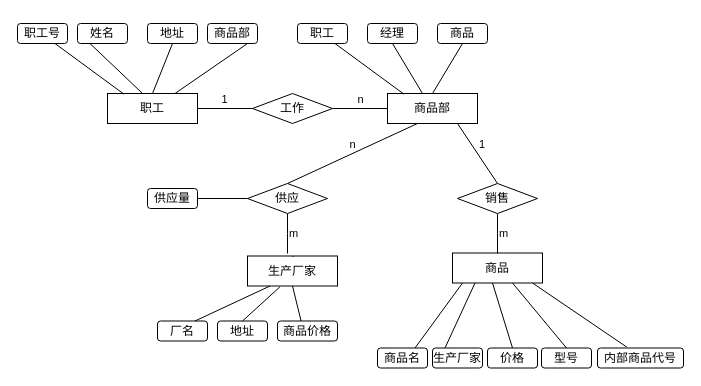
Earlier version of the draw.io diagram Diagram.drawio (YuJiang4319/Diagram). Source tidied: cells renumbered, new cells numbered last; positions are measured from the earlier drawing's top-left corner, leaving out a move shared by most shapes. Both pictures are drawn from the tidied source at 100%, with x=0, y=0 at pixel (17, 23).
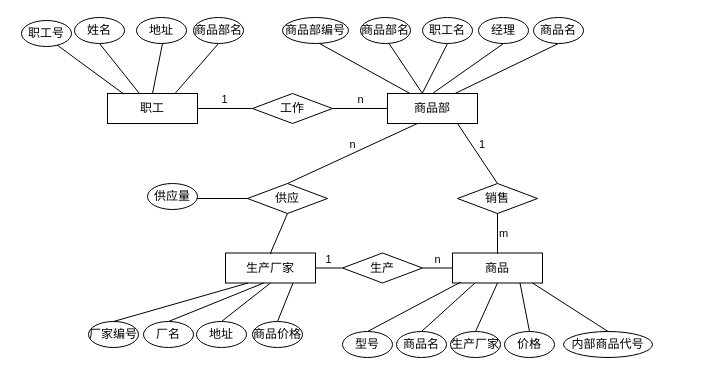
The same page after the edit.

Unchanged cells that the change refers to:
```xml
<mxCell id="4" value="职工" style="rounded=0;whiteSpace=wrap;html=1;" parent="1" vertex="1">
  <mxGeometry x="90" y="70" width="90" height="30" as="geometry" />
</mxCell>
<mxCell id="13" value="商品部" style="rounded=0;whiteSpace=wrap;html=1;" parent="1" vertex="1">
  <mxGeometry x="370" y="70" width="90" height="30" as="geometry" />
</mxCell>
<mxCell id="20" value="商品" style="rounded=0;whiteSpace=wrap;html=1;" parent="1" vertex="1">
  <mxGeometry x="435" y="229.5" width="90" height="30" as="geometry" />
</mxCell>
<mxCell id="42" value="供应" style="rhombus;whiteSpace=wrap;html=1;" parent="1" vertex="1">
  <mxGeometry x="230" y="160" width="80" height="30" as="geometry" />
</mxCell>
```

What changed in the source:
```diff
@@
-    <mxCell id="2" value="职工号" style="rounded=1;whiteSpace=wrap;html=1;" parent="1" vertex="1">
-      <mxGeometry width="50" height="20" as="geometry" />
-    </mxCell>
-    <mxCell id="3" value="姓名" style="rounded=1;whiteSpace=wrap;html=1;" parent="1" vertex="1">
-      <mxGeometry x="60" width="50" height="20" as="geometry" />
-    </mxCell>
@@
-    <mxCell id="5" style="endArrow=none;html=1;rounded=0;exitX=0.182;exitY=0.02;exitDx=0;exitDy=0;exitPerimeter=0;entryX=0.75;entryY=1;entryDx=0;entryDy=0;" parent="1" edge="1" source="4" target="2">
-      <mxGeometry relative="1" as="geometry" />
+    <mxCell id="5" style="endArrow=none;html=1;rounded=0;exitX=0.182;exitY=0.02;exitDx=0;exitDy=0;exitPerimeter=0;entryX=0.75;entryY=1;entryDx=0;entryDy=0;" parent="1" edge="1" source="4">
+      <mxGeometry relative="1" as="geometry">
+        <mxPoint x="37.5" y="20" as="targetPoint" />
+      </mxGeometry>
     </mxCell>
-    <mxCell id="6" style="endArrow=none;html=1;rounded=0;exitX=0.387;exitY=-0.007;exitDx=0;exitDy=0;exitPerimeter=0;entryX=0.25;entryY=1;entryDx=0;entryDy=0;" parent="1" edge="1" source="4" target="3">
+    <mxCell id="6" style="endArrow=none;html=1;rounded=0;entryX=0.5;entryY=1;entryDx=0;entryDy=0;exitX=0.36;exitY=0.02;exitDx=0;exitDy=0;exitPerimeter=0;" parent="1" edge="1" source="4" target="3">
       <mxGeometry relative="1" as="geometry" />
     </mxCell>
-    <mxCell id="7" value="地址" style="rounded=1;whiteSpace=wrap;html=1;" parent="1" vertex="1">
-      <mxGeometry x="130" width="50" height="20" as="geometry" />
-    </mxCell>
-    <mxCell id="8" value="商品部" style="rounded=1;whiteSpace=wrap;html=1;" parent="1" vertex="1">
-      <mxGeometry x="190" width="50" height="20" as="geometry" />
-    </mxCell>
-    <mxCell id="9" style="endArrow=none;html=1;rounded=0;entryX=0.5;entryY=1;entryDx=0;entryDy=0;exitX=0.5;exitY=0;exitDx=0;exitDy=0;" parent="1" edge="1" source="4" target="7">
-      <mxGeometry relative="1" as="geometry" />
+    <mxCell id="9" style="endArrow=none;html=1;rounded=0;entryX=0.5;entryY=1;entryDx=0;entryDy=0;exitX=0.5;exitY=0;exitDx=0;exitDy=0;" parent="1" edge="1" source="4">
+      <mxGeometry relative="1" as="geometry">
+        <mxPoint x="145" y="20" as="targetPoint" />
+      </mxGeometry>
     </mxCell>
-    <mxCell id="10" style="endArrow=none;html=1;rounded=0;exitX=0.75;exitY=0;exitDx=0;exitDy=0;" parent="1" edge="1" source="4">
-      <mxGeometry relative="1" as="geometry">
-        <mxPoint x="230" y="20" as="targetPoint" />
-      </mxGeometry>
+    <mxCell id="10" style="endArrow=none;html=1;rounded=0;exitX=0.75;exitY=0;exitDx=0;exitDy=0;entryX=0.5;entryY=1;entryDx=0;entryDy=0;" parent="1" edge="1" source="4" target="49">
+      <mxGeometry relative="1" as="geometry" />
     </mxCell>
-    <mxCell id="11" value="职工" style="rounded=1;whiteSpace=wrap;html=1;" parent="1" vertex="1">
-      <mxGeometry x="280" width="50" height="20" as="geometry" />
-    </mxCell>
-    <mxCell id="12" value="经理" style="rounded=1;whiteSpace=wrap;html=1;" parent="1" vertex="1">
-      <mxGeometry x="350" width="50" height="20" as="geometry" />
-    </mxCell>
@@
-    <mxCell id="14" style="endArrow=none;html=1;rounded=0;exitX=0.182;exitY=0.02;exitDx=0;exitDy=0;exitPerimeter=0;entryX=0.75;entryY=1;entryDx=0;entryDy=0;" parent="1" edge="1" source="13" target="11">
-      <mxGeometry relative="1" as="geometry" />
+    <mxCell id="14" style="endArrow=none;html=1;rounded=0;entryX=0.75;entryY=1;entryDx=0;entryDy=0;" parent="1" edge="1" source="13">
+      <mxGeometry relative="1" as="geometry">
+        <mxPoint x="371.5" y="20" as="targetPoint" />
+      </mxGeometry>
     </mxCell>
-    <mxCell id="15" style="endArrow=none;html=1;rounded=0;exitX=0.387;exitY=-0.007;exitDx=0;exitDy=0;exitPerimeter=0;entryX=0.5;entryY=1;entryDx=0;entryDy=0;" parent="1" edge="1" source="13" target="12">
+    <mxCell id="15" style="endArrow=none;html=1;rounded=0;exitX=0.387;exitY=-0.007;exitDx=0;exitDy=0;exitPerimeter=0;entryX=0.5;entryY=1;entryDx=0;entryDy=0;" parent="1" edge="1" source="13" target="48">
       <mxGeometry relative="1" as="geometry" />
     </mxCell>
-    <mxCell id="16" value="商品" style="rounded=1;whiteSpace=wrap;html=1;" parent="1" vertex="1">
-      <mxGeometry x="420" width="50" height="20" as="geometry" />
-    </mxCell>
-    <mxCell id="17" style="endArrow=none;html=1;rounded=0;entryX=0.5;entryY=1;entryDx=0;entryDy=0;exitX=0.5;exitY=0;exitDx=0;exitDy=0;" parent="1" edge="1" source="13">
-      <mxGeometry relative="1" as="geometry">
-        <mxPoint x="445" y="20" as="targetPoint" />
-      </mxGeometry>
+    <mxCell id="17" style="endArrow=none;html=1;rounded=0;entryX=0.5;entryY=1;entryDx=0;entryDy=0;exitX=0.75;exitY=0;exitDx=0;exitDy=0;" parent="1" edge="1" source="13" target="56">
+      <mxGeometry relative="1" as="geometry" />
     </mxCell>
-    <mxCell id="18" value="商品名" style="rounded=1;whiteSpace=wrap;html=1;" parent="1" vertex="1">
-      <mxGeometry x="360" y="324.5" width="50" height="20" as="geometry" />
-    </mxCell>
-    <mxCell id="19" value="生产厂家" style="rounded=1;whiteSpace=wrap;html=1;" parent="1" vertex="1">
-      <mxGeometry x="415" y="324.5" width="50" height="20" as="geometry" />
-    </mxCell>
@@
-    <mxCell id="21" style="endArrow=none;html=1;rounded=0;entryX=0.75;entryY=0;entryDx=0;entryDy=0;" parent="1" edge="1" target="18">
-      <mxGeometry relative="1" as="geometry">
-        <mxPoint x="445" y="259.5" as="sourcePoint" />
-      </mxGeometry>
+    <mxCell id="21" style="endArrow=none;html=1;rounded=0;entryX=0.5;entryY=0;entryDx=0;entryDy=0;exitX=0.25;exitY=1;exitDx=0;exitDy=0;" parent="1" edge="1" source="20" target="51">
+      <mxGeometry relative="1" as="geometry" />
     </mxCell>
-    <mxCell id="22" style="endArrow=none;html=1;rounded=0;exitX=0.25;exitY=1;exitDx=0;exitDy=0;entryX=0.25;entryY=0;entryDx=0;entryDy=0;" parent="1" edge="1" source="20" target="19">
+    <mxCell id="22" style="endArrow=none;html=1;rounded=0;exitX=0.5;exitY=1;exitDx=0;exitDy=0;entryX=0.5;entryY=0;entryDx=0;entryDy=0;" parent="1" edge="1" source="20" target="19">
       <mxGeometry relative="1" as="geometry" />
     </mxCell>
-    <mxCell id="23" value="价格" style="rounded=1;whiteSpace=wrap;html=1;" parent="1" vertex="1">
-      <mxGeometry x="470" y="324.5" width="50" height="20" as="geometry" />
-    </mxCell>
-    <mxCell id="24" value="型号" style="rounded=1;whiteSpace=wrap;html=1;" parent="1" vertex="1">
-      <mxGeometry x="524" y="324.5" width="50" height="20" as="geometry" />
-    </mxCell>
-    <mxCell id="25" style="endArrow=none;html=1;rounded=0;entryX=0.5;entryY=0;entryDx=0;entryDy=0;" parent="1" edge="1" target="23">
-      <mxGeometry relative="1" as="geometry">
-        <mxPoint x="475" y="259.5" as="sourcePoint" />
-      </mxGeometry>
+    <mxCell id="25" style="endArrow=none;html=1;rounded=0;entryX=0.5;entryY=0;entryDx=0;entryDy=0;exitX=0.75;exitY=1;exitDx=0;exitDy=0;" parent="1" edge="1" source="20" target="23">
+      <mxGeometry relative="1" as="geometry" />
     </mxCell>
-    <mxCell id="26" style="endArrow=none;html=1;rounded=0;entryX=0.5;entryY=0;entryDx=0;entryDy=0;" parent="1" edge="1" target="24">
-      <mxGeometry relative="1" as="geometry">
-        <mxPoint x="495" y="259.5" as="sourcePoint" />
-      </mxGeometry>
+    <mxCell id="26" style="endArrow=none;html=1;rounded=0;entryX=0.5;entryY=0;entryDx=0;entryDy=0;exitX=0.091;exitY=0.97;exitDx=0;exitDy=0;exitPerimeter=0;" parent="1" edge="1" source="20" target="24">
+      <mxGeometry relative="1" as="geometry" />
     </mxCell>
-    <mxCell id="27" value="内部商品代号" style="rounded=1;whiteSpace=wrap;html=1;" parent="1" vertex="1">
-      <mxGeometry x="580" y="324.5" width="86" height="20" as="geometry" />
-    </mxCell>
-    <mxCell id="28" style="endArrow=none;html=1;rounded=0;entryX=0.342;entryY=-0.04;entryDx=0;entryDy=0;entryPerimeter=0;" parent="1" edge="1" target="27">
+    <mxCell id="28" style="endArrow=none;html=1;rounded=0;entryX=0.5;entryY=0;entryDx=0;entryDy=0;" parent="1" edge="1" target="27">
       <mxGeometry relative="1" as="geometry">
         <mxPoint x="515" y="259.5" as="sourcePoint" />
       </mxGeometry>
     </mxCell>
-    <mxCell id="29" value="厂名" style="rounded=1;whiteSpace=wrap;html=1;direction=east;flipH=0;flipV=0;" parent="1" vertex="1">
-      <mxGeometry x="140" y="297.5" width="50" height="20" as="geometry" />
-    </mxCell>
-    <mxCell id="30" value="地址" style="rounded=1;whiteSpace=wrap;html=1;direction=east;flipH=0;flipV=0;" parent="1" vertex="1">
-      <mxGeometry x="200" y="297.5" width="50" height="20" as="geometry" />
-    </mxCell>
     <mxCell id="31" value="生产厂家" style="rounded=0;whiteSpace=wrap;html=1;direction=east;flipH=0;flipV=0;" parent="1" vertex="1">
-      <mxGeometry x="230" y="232.5" width="90" height="30" as="geometry" />
+      <mxGeometry x="208" y="229.5" width="90" height="30" as="geometry" />
     </mxCell>
-    <mxCell id="32" style="endArrow=none;html=1;rounded=0;exitX=0.25;exitY=1;exitDx=0;exitDy=0;entryX=0.75;entryY=0;entryDx=0;entryDy=0;" parent="1" edge="1" source="31" target="29">
+    <mxCell id="32" style="endArrow=none;html=1;rounded=0;exitX=0.427;exitY=0.997;exitDx=0;exitDy=0;entryX=0.5;entryY=0;entryDx=0;entryDy=0;exitPerimeter=0;" parent="1" edge="1" source="31" target="29">
       <mxGeometry relative="1" as="geometry" />
     </mxCell>
-    <mxCell id="33" style="endArrow=none;html=1;rounded=0;exitX=0.36;exitY=1.03;exitDx=0;exitDy=0;entryX=0.5;entryY=0;entryDx=0;entryDy=0;exitPerimeter=0;" parent="1" edge="1" source="31" target="30">
+    <mxCell id="33" style="endArrow=none;html=1;rounded=0;exitX=0.5;exitY=1;exitDx=0;exitDy=0;entryX=0.5;entryY=0;entryDx=0;entryDy=0;" parent="1" edge="1" source="31" target="52">
       <mxGeometry relative="1" as="geometry" />
     </mxCell>
-    <mxCell id="34" value="商品价格" style="rounded=1;whiteSpace=wrap;html=1;direction=east;flipH=0;flipV=0;" parent="1" vertex="1">
-      <mxGeometry x="260" y="297.5" width="60" height="20" as="geometry" />
-    </mxCell>
     <mxCell id="35" style="endArrow=none;html=1;rounded=0;entryX=0.5;entryY=0;entryDx=0;entryDy=0;exitX=0.5;exitY=0;exitDx=0;exitDy=0;" parent="1" edge="1" source="31">
       <mxGeometry relative="1" as="geometry">
-        <mxPoint x="276" y="233.5" as="targetPoint" />
+        <mxPoint x="254" y="230.5" as="targetPoint" />
       </mxGeometry>
     </mxCell>
@@
-    <mxCell id="39" style="endArrow=none;html=1;rounded=0;entryX=0.5;entryY=1;entryDx=0;entryDy=0;exitX=0.393;exitY=0;exitDx=0;exitDy=0;exitPerimeter=0;" parent="1" edge="1" source="34" target="31">
+    <mxCell id="39" style="endArrow=none;html=1;rounded=0;entryX=0.75;entryY=1;entryDx=0;entryDy=0;exitX=0.5;exitY=0;exitDx=0;exitDy=0;" parent="1" edge="1" source="34" target="31">
       <mxGeometry relative="1" as="geometry" />
     </mxCell>
-    <mxCell id="40" value="m" style="edgeStyle=orthogonalEdgeStyle;rounded=0;jettySize=auto;html=1;exitX=0.5;exitY=1;exitDx=0;exitDy=0;endArrow=none;endFill=0;labelPosition=right;verticalLabelPosition=middle;align=left;verticalAlign=middle;" parent="1" edge="1" source="42">
-      <mxGeometry relative="1" as="geometry">
-        <mxPoint x="270" y="230" as="targetPoint" />
-      </mxGeometry>
-    </mxCell>
@@
+    <mxCell id="2" value="职工号" style="ellipse;whiteSpace=wrap;html=1;" parent="1" vertex="1">
+      <mxGeometry x="4" y="-3" width="50" height="26" as="geometry" />
+    </mxCell>
+    <mxCell id="12" value="经理" style="ellipse;whiteSpace=wrap;html=1;" parent="1" vertex="1">
+      <mxGeometry x="461" y="-6" width="50" height="26" as="geometry" />
+    </mxCell>
+    <mxCell id="48" value="职工名" style="ellipse;whiteSpace=wrap;html=1;" parent="1" vertex="1">
+      <mxGeometry x="405" y="-6" width="50" height="26" as="geometry" />
+    </mxCell>
+    <mxCell id="49" value="商品部名" style="ellipse;whiteSpace=wrap;html=1;" parent="1" vertex="1">
+      <mxGeometry x="176" y="-6" width="50" height="26" as="geometry" />
+    </mxCell>
+    <mxCell id="50" value="地址" style="ellipse;whiteSpace=wrap;html=1;" parent="1" vertex="1">
+      <mxGeometry x="119" y="-6" width="50" height="26" as="geometry" />
+    </mxCell>
+    <mxCell id="3" value="姓名" style="ellipse;whiteSpace=wrap;html=1;" parent="1" vertex="1">
+      <mxGeometry x="57" y="-6" width="50" height="26" as="geometry" />
+    </mxCell>
+    <mxCell id="27" value="内部商品代号" style="ellipse;whiteSpace=wrap;html=1;" parent="1" vertex="1">
+      <mxGeometry x="546" y="308" width="89" height="26" as="geometry" />
+    </mxCell>
+    <mxCell id="19" value="生产厂家" style="ellipse;whiteSpace=wrap;html=1;" parent="1" vertex="1">
+      <mxGeometry x="433" y="308" width="50" height="26" as="geometry" />
+    </mxCell>
+    <mxCell id="24" value="型号" style="ellipse;whiteSpace=wrap;html=1;" parent="1" vertex="1">
+      <mxGeometry x="325" y="308" width="50" height="26" as="geometry" />
+    </mxCell>
+    <mxCell id="23" value="价格" style="ellipse;whiteSpace=wrap;html=1;" parent="1" vertex="1">
+      <mxGeometry x="487" y="308" width="50" height="26" as="geometry" />
+    </mxCell>
+    <mxCell id="51" value="商品名" style="ellipse;whiteSpace=wrap;html=1;" parent="1" vertex="1">
+      <mxGeometry x="379" y="308" width="50" height="26" as="geometry" />
+    </mxCell>
+    <mxCell id="34" value="商品价格" style="ellipse;whiteSpace=wrap;html=1;" parent="1" vertex="1">
+      <mxGeometry x="235" y="298" width="50" height="26" as="geometry" />
+    </mxCell>
+    <mxCell id="52" value="地址" style="ellipse;whiteSpace=wrap;html=1;" parent="1" vertex="1">
+      <mxGeometry x="179" y="298" width="50" height="26" as="geometry" />
+    </mxCell>
+    <mxCell id="29" value="厂名" style="ellipse;whiteSpace=wrap;html=1;" parent="1" vertex="1">
+      <mxGeometry x="126" y="298" width="50" height="26" as="geometry" />
+    </mxCell>
+    <mxCell id="53" value="厂家编号" style="ellipse;whiteSpace=wrap;html=1;" parent="1" vertex="1">
+      <mxGeometry x="71" y="298" width="50" height="26" as="geometry" />
+    </mxCell>
-    <mxCell id="47" value="供应量" style="rounded=1;whiteSpace=wrap;html=1;" parent="1" vertex="1">
-      <mxGeometry x="130" y="165" width="50" height="20" as="geometry" />
+    <mxCell id="47" value="供应量" style="ellipse;whiteSpace=wrap;html=1;" parent="1" vertex="1">
+      <mxGeometry x="130" y="160" width="50" height="26" as="geometry" />
     </mxCell>
+    <mxCell id="54" value="商品部名" style="ellipse;whiteSpace=wrap;html=1;" parent="1" vertex="1">
+      <mxGeometry x="343" y="-6" width="50" height="26" as="geometry" />
+    </mxCell>
+    <mxCell id="55" value="商品部编号" style="ellipse;whiteSpace=wrap;html=1;" parent="1" vertex="1">
+      <mxGeometry x="265" y="-6" width="66" height="26" as="geometry" />
+    </mxCell>
+    <mxCell id="56" value="商品名" style="ellipse;whiteSpace=wrap;html=1;" parent="1" vertex="1">
+      <mxGeometry x="516" y="-6" width="50" height="26" as="geometry" />
+    </mxCell>
+    <mxCell id="57" style="endArrow=none;html=1;rounded=0;exitX=0.25;exitY=0;exitDx=0;exitDy=0;" parent="1" edge="1" source="13">
+      <mxGeometry relative="1" as="geometry">
+        <mxPoint x="302" y="20" as="targetPoint" />
+      </mxGeometry>
+    </mxCell>
+    <mxCell id="58" style="endArrow=none;html=1;rounded=0;entryX=0.5;entryY=1;entryDx=0;entryDy=0;exitX=0.5;exitY=0;exitDx=0;exitDy=0;" parent="1" edge="1" source="13" target="12">
+      <mxGeometry relative="1" as="geometry" />
+    </mxCell>
+    <mxCell id="59" style="endArrow=none;html=1;rounded=0;exitX=0.5;exitY=0;exitDx=0;exitDy=0;entryX=0.25;entryY=1;entryDx=0;entryDy=0;" parent="1" edge="1" source="53" target="31">
+      <mxGeometry relative="1" as="geometry" />
+    </mxCell>
+    <mxCell id="60" style="endArrow=none;html=1;rounded=0;entryX=0.5;entryY=1;entryDx=0;entryDy=0;exitX=0.5;exitY=0;exitDx=0;exitDy=0;" parent="1" edge="1" source="31" target="42">
+      <mxGeometry relative="1" as="geometry" />
+    </mxCell>
+    <mxCell id="61" value="1" style="edgeStyle=orthogonalEdgeStyle;rounded=0;jettySize=auto;html=1;exitX=0;exitY=0.5;exitDx=0;exitDy=0;entryX=1;entryY=0.5;entryDx=0;entryDy=0;endArrow=none;endFill=0;labelPosition=center;verticalLabelPosition=top;align=center;verticalAlign=bottom;" parent="1" edge="1" source="63" target="31">
+      <mxGeometry relative="1" as="geometry" />
+    </mxCell>
+    <mxCell id="62" value="n" style="edgeStyle=orthogonalEdgeStyle;rounded=0;jettySize=auto;html=1;exitX=1;exitY=0.5;exitDx=0;exitDy=0;entryX=0;entryY=0.5;entryDx=0;entryDy=0;endArrow=none;endFill=0;labelPosition=center;verticalLabelPosition=top;align=center;verticalAlign=bottom;" parent="1" edge="1" source="63" target="20">
+      <mxGeometry relative="1" as="geometry" />
+    </mxCell>
+    <mxCell id="63" value="生产" style="rhombus;whiteSpace=wrap;html=1;" parent="1" vertex="1">
+      <mxGeometry x="325" y="229.5" width="80" height="30" as="geometry" />
+    </mxCell>
```
